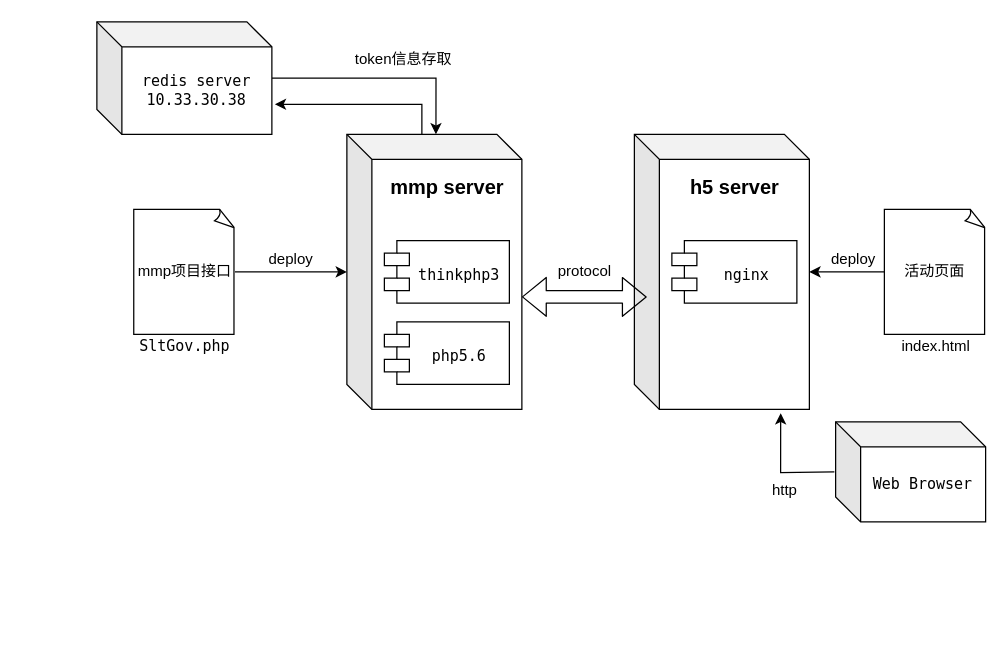
This is 水利厅问卷调查接口UML部署图.drawio from chrisyukine/cyk, a draw.io file, before an edit. Source tidied: cells renumbered, new cells numbered last; positions are measured from the earlier drawing's top-left corner, leaving out a move shared by most shapes. Both pictures are drawn from the tidied source at 125%, with x=0, y=0 at pixel (96, 21).
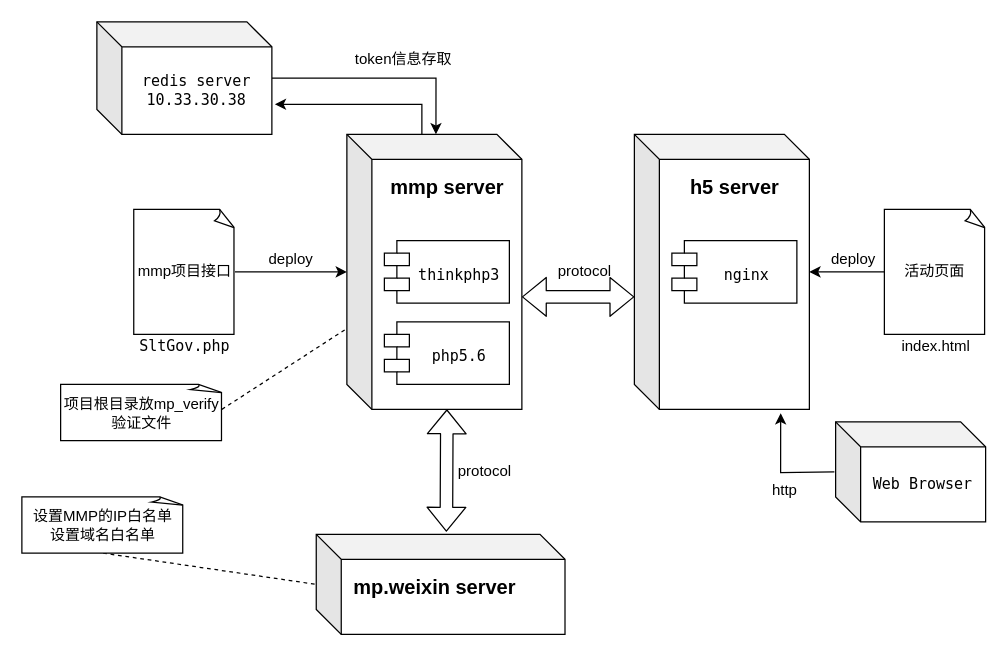
Above is the later version.

Commit message (it also covers changes not shown here):
更新水利厅问卷调查接口UML部署图.drawio

Unchanged cells that the change refers to:
```xml
<mxCell id="3" style="shape=cube;whiteSpace=wrap;html=1;boundedLbl=1;backgroundOutline=1;darkOpacity=0.05;darkOpacity2=0.1;" parent="1" vertex="1">
  <mxGeometry x="200" y="90" width="140" height="220" as="geometry" />
</mxCell>
<mxCell id="12" style="shape=cube;whiteSpace=wrap;html=1;boundedLbl=1;backgroundOutline=1;darkOpacity=0.05;darkOpacity2=0.1;" parent="1" vertex="1">
  <mxGeometry x="430" y="90" width="140" height="220" as="geometry" />
</mxCell>
```

Change to the diagram source:
```diff
@@
-    <mxCell id="15" style="shape=flexArrow;endArrow=classic;startArrow=classic;html=1;entryX=0.071;entryY=0.591;entryDx=0;entryDy=0;entryPerimeter=0;" parent="1" edge="1" target="12">
+    <mxCell id="15" style="shape=flexArrow;endArrow=classic;startArrow=classic;html=1;" parent="1" edge="1">
       <mxGeometry relative="1" as="geometry">
         <mxPoint x="340" y="220" as="sourcePoint" />
+        <mxPoint x="430" y="220" as="targetPoint" />
       </mxGeometry>
     </mxCell>
@@
+    <mxCell id="26" style="shape=cube;whiteSpace=wrap;html=1;boundedLbl=1;backgroundOutline=1;darkOpacity=0.05;darkOpacity2=0.1;" parent="1" vertex="1">
+      <mxGeometry x="175.5" y="410" width="199" height="80" as="geometry" />
+    </mxCell>
+    <mxCell id="27" style="shape=flexArrow;endArrow=classic;startArrow=classic;html=1;entryX=0;entryY=0;entryDx=80;entryDy=220;entryPerimeter=0;exitX=0.523;exitY=-0.027;exitDx=0;exitDy=0;exitPerimeter=0;" parent="1" edge="1" source="26" target="3">
+      <mxGeometry relative="1" as="geometry" />
+    </mxCell>
+    <mxCell id="28" value="protocol" style="text;html=1;align=center;verticalAlign=middle;" parent="1" vertex="1">
+      <mxGeometry x="280" y="350" width="60" height="20" as="geometry" />
+    </mxCell>
+    <mxCell id="29" value="&lt;font style=&quot;font-size: 16px&quot;&gt;mp.weixin server&lt;/font&gt;" style="text;strokeColor=none;fillColor=none;html=1;fontSize=24;fontStyle=1;verticalAlign=middle;align=center;" parent="1" vertex="1">
+      <mxGeometry x="220" y="430" width="100" height="40" as="geometry" />
+    </mxCell>
+    <mxCell id="30" style="endArrow=none;dashed=1;html=1;exitX=0.5;exitY=1;exitDx=0;exitDy=0;exitPerimeter=0;entryX=0;entryY=0.5;entryDx=0;entryDy=0;entryPerimeter=0;" parent="1" edge="1" source="31" target="26">
+      <mxGeometry relative="1" as="geometry" />
+    </mxCell>
+    <mxCell id="31" value="设置MMP的IP白名单&lt;br&gt;设置域名白名单" style="whiteSpace=wrap;html=1;shape=mxgraph.basic.document;" parent="1" vertex="1">
+      <mxGeometry x="-60" y="380" width="130" height="45" as="geometry" />
+    </mxCell>
+    <mxCell id="32" style="endArrow=none;dashed=1;html=1;" parent="1" edge="1" target="3">
+      <mxGeometry relative="1" as="geometry">
+        <mxPoint x="100" y="310" as="sourcePoint" />
+      </mxGeometry>
+    </mxCell>
+    <mxCell id="33" value="项目根目录放mp_verify验证文件" style="whiteSpace=wrap;html=1;shape=mxgraph.basic.document;" parent="1" vertex="1">
+      <mxGeometry x="-29" y="290" width="130" height="45" as="geometry" />
+    </mxCell>
```
